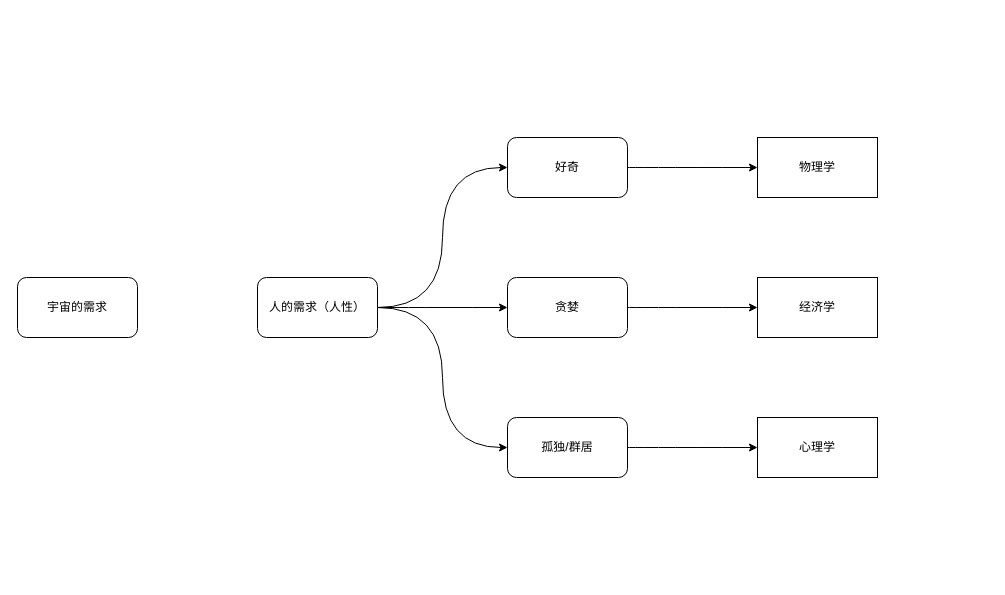
Earlier version of the draw.io diagram KnowledgeMap.drawio (PQMeng/draw.io-source-files). Source tidied: cells renumbered, new cells numbered last; positions are measured from the earlier drawing's top-left corner, leaving out a move shared by most shapes. Both pictures are drawn from the tidied source at 100%, with x=0, y=0 at pixel (17, 137).
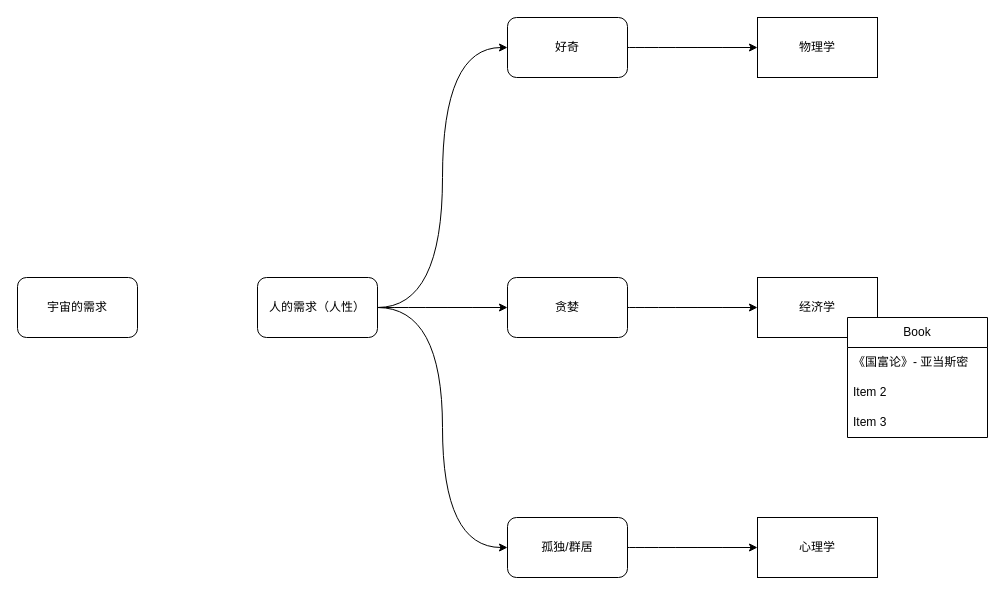
Above is the later version.

The edit, as a diff of the source:
```diff
@@
 <mxGraphModel>
   <root>
     <mxCell id="0" />
     <mxCell id="1" parent="0" />
     <mxCell id="2" value="宇宙的需求" style="rounded=1;whiteSpace=wrap;html=1;" parent="1" vertex="1">
       <mxGeometry y="140" width="120" height="60" as="geometry" />
     </mxCell>
     <mxCell id="3" style="edgeStyle=orthogonalEdgeStyle;rounded=0;jettySize=auto;html=1;exitX=1;exitY=0.5;exitDx=0;exitDy=0;entryX=0;entryY=0.5;entryDx=0;entryDy=0;curved=1;" parent="1" edge="1" source="6" target="10">
       <mxGeometry relative="1" as="geometry" />
     </mxCell>
     <mxCell id="4" style="edgeStyle=orthogonalEdgeStyle;rounded=0;jettySize=auto;html=1;exitX=1;exitY=0.5;exitDx=0;exitDy=0;entryX=0;entryY=0.5;entryDx=0;entryDy=0;curved=1;" parent="1" edge="1" source="6" target="8">
       <mxGeometry relative="1" as="geometry" />
     </mxCell>
     <mxCell id="5" style="edgeStyle=orthogonalEdgeStyle;rounded=0;jettySize=auto;html=1;exitX=1;exitY=0.5;exitDx=0;exitDy=0;entryX=0;entryY=0.5;entryDx=0;entryDy=0;curved=1;" parent="1" edge="1" source="6" target="14">
       <mxGeometry relative="1" as="geometry" />
     </mxCell>
     <mxCell id="6" value="人的需求（人性）" style="rounded=1;whiteSpace=wrap;html=1;" parent="1" vertex="1">
       <mxGeometry x="240" y="140" width="120" height="60" as="geometry" />
     </mxCell>
     <mxCell id="7" style="edgeStyle=orthogonalEdgeStyle;curved=1;rounded=0;jettySize=auto;html=1;exitX=1;exitY=0.5;exitDx=0;exitDy=0;entryX=0;entryY=0.5;entryDx=0;entryDy=0;" parent="1" edge="1" source="8" target="12">
       <mxGeometry relative="1" as="geometry" />
     </mxCell>
     <mxCell id="8" value="好奇" style="rounded=1;whiteSpace=wrap;html=1;" parent="1" vertex="1">
-      <mxGeometry x="490" width="120" height="60" as="geometry" />
+      <mxGeometry x="490" y="-120" width="120" height="60" as="geometry" />
     </mxCell>
     <mxCell id="9" style="edgeStyle=orthogonalEdgeStyle;rounded=0;jettySize=auto;html=1;exitX=1;exitY=0.5;exitDx=0;exitDy=0;entryX=0;entryY=0.5;entryDx=0;entryDy=0;curved=1;" parent="1" edge="1" source="10" target="11">
       <mxGeometry relative="1" as="geometry" />
     </mxCell>
     <mxCell id="10" value="贪婪" style="rounded=1;whiteSpace=wrap;html=1;" parent="1" vertex="1">
       <mxGeometry x="490" y="140" width="120" height="60" as="geometry" />
     </mxCell>
     <mxCell id="11" value="经济学" style="rounded=0;whiteSpace=wrap;html=1;" parent="1" vertex="1">
       <mxGeometry x="740" y="140" width="120" height="60" as="geometry" />
     </mxCell>
     <mxCell id="12" value="物理学" style="rounded=0;whiteSpace=wrap;html=1;" parent="1" vertex="1">
-      <mxGeometry x="740" width="120" height="60" as="geometry" />
+      <mxGeometry x="740" y="-120" width="120" height="60" as="geometry" />
     </mxCell>
     <mxCell id="13" style="edgeStyle=orthogonalEdgeStyle;curved=1;rounded=0;jettySize=auto;html=1;exitX=1;exitY=0.5;exitDx=0;exitDy=0;" parent="1" edge="1" source="14" target="15">
       <mxGeometry relative="1" as="geometry" />
     </mxCell>
     <mxCell id="14" value="孤独/群居" style="rounded=1;whiteSpace=wrap;html=1;" parent="1" vertex="1">
-      <mxGeometry x="490" y="280" width="120" height="60" as="geometry" />
+      <mxGeometry x="490" y="380" width="120" height="60" as="geometry" />
     </mxCell>
     <mxCell id="15" value="心理学" style="rounded=0;whiteSpace=wrap;html=1;" parent="1" vertex="1">
-      <mxGeometry x="740" y="280" width="120" height="60" as="geometry" />
+      <mxGeometry x="740" y="380" width="120" height="60" as="geometry" />
     </mxCell>
+    <mxCell id="16" value="Book" style="swimlane;fontStyle=0;horizontal=1;startSize=30;whiteSpace=wrap;html=1;" parent="1" vertex="1">
+      <mxGeometry x="830" y="180" width="140" height="120" as="geometry" />
+    </mxCell>
+    <mxCell id="17" value="《国富论》- 亚当斯密" style="text;strokeColor=none;fillColor=none;align=left;verticalAlign=middle;spacingLeft=4;spacingRight=4;overflow=hidden;whiteSpace=wrap;html=1;" parent="16" vertex="1">
+      <mxGeometry y="30" width="140" height="30" as="geometry" />
+    </mxCell>
+    <mxCell id="18" value="Item 2" style="text;strokeColor=none;fillColor=none;align=left;verticalAlign=middle;spacingLeft=4;spacingRight=4;overflow=hidden;whiteSpace=wrap;html=1;" parent="16" vertex="1">
+      <mxGeometry y="60" width="140" height="30" as="geometry" />
+    </mxCell>
+    <mxCell id="19" value="Item 3" style="text;strokeColor=none;fillColor=none;align=left;verticalAlign=middle;spacingLeft=4;spacingRight=4;overflow=hidden;whiteSpace=wrap;html=1;" parent="16" vertex="1">
+      <mxGeometry y="90" width="140" height="30" as="geometry" />
+    </mxCell>
   </root>
 </mxGraphModel>
```
